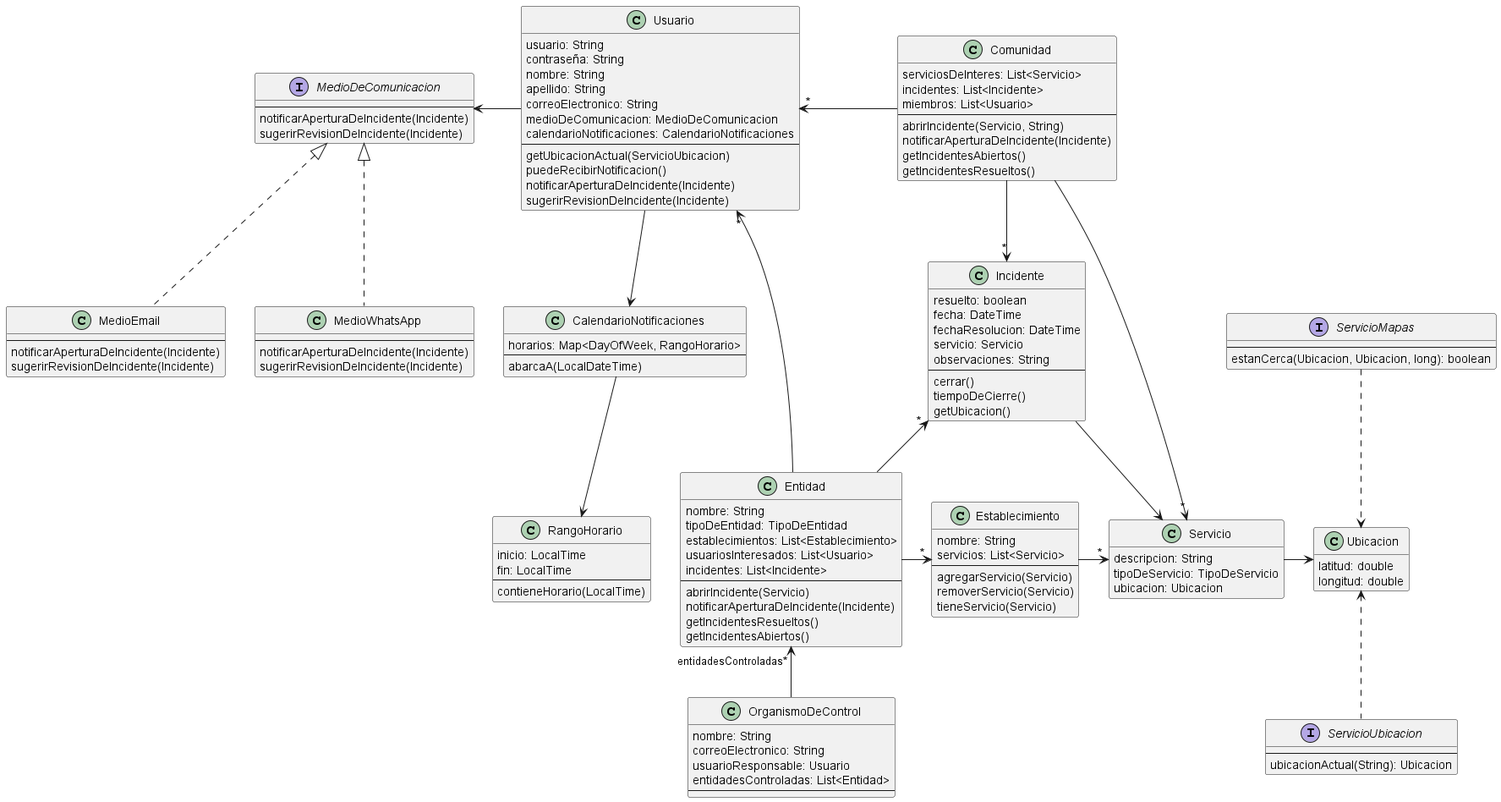
Earlier version of the PlantUML export docs/entrega-3/png/TPA3-Clases.png (ValenAquino/tp-dds-2023).
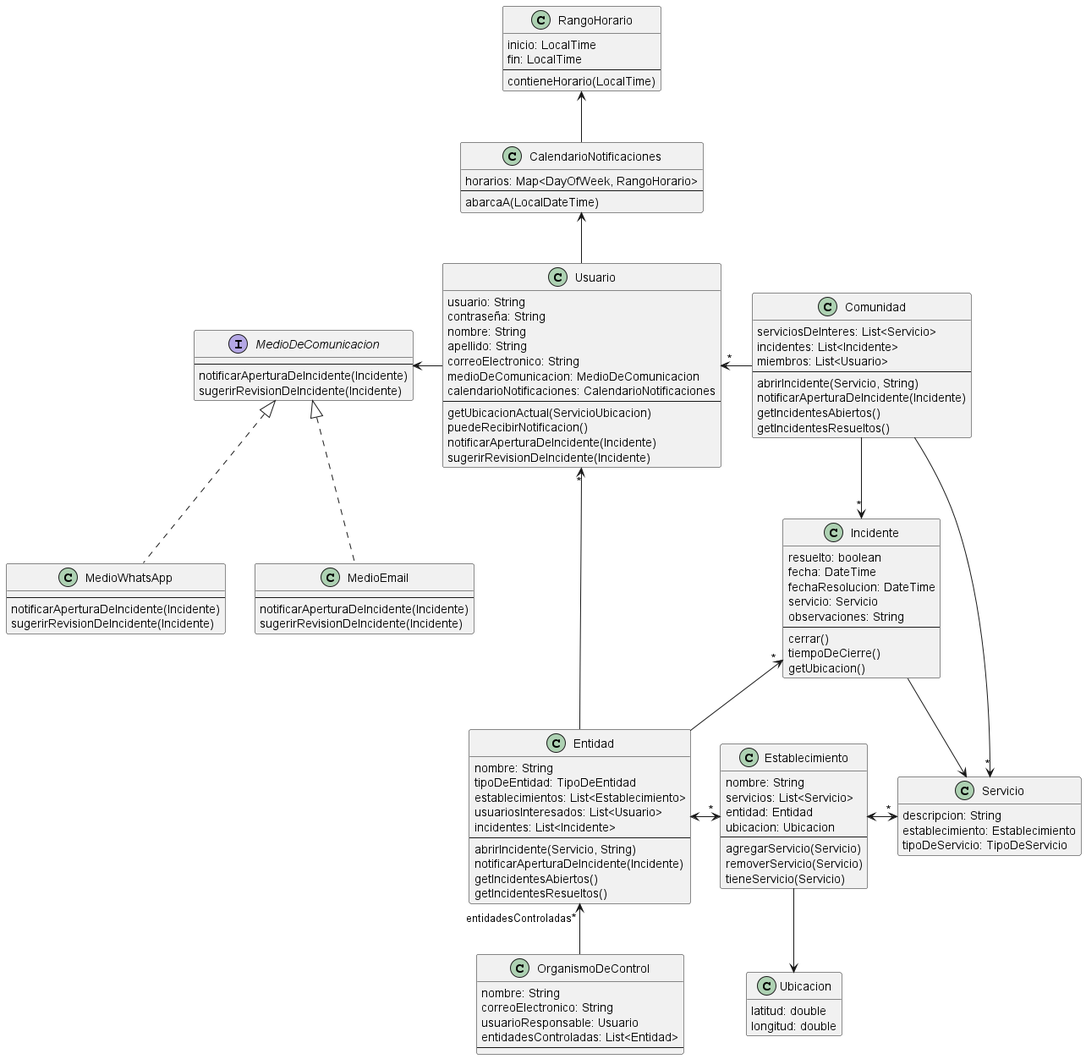
The same diagram one commit later.

Commit message:
docs(clases): actualizar diagrama

Change to the diagram source:
```diff
@@ -9,34 +9,35 @@
   usuariosInteresados: List<Usuario>
   incidentes: List<Incidente>
   --
-  abrirIncidente(Servicio)
+  abrirIncidente(Servicio, String)
   notificarAperturaDeIncidente(Incidente)
+  getIncidentesAbiertos()
   getIncidentesResueltos()
-  getIncidentesAbiertos()
 }
 
-Entidad -r->"*" Establecimiento
+Entidad <-r->"*" Establecimiento
 Entidad -l->"*" Usuario
 Entidad -u->"*" Incidente
 
 class Establecimiento {
   nombre: String
   servicios: List<Servicio>
+  entidad: Entidad
+  ubicacion: Ubicacion
   --
   agregarServicio(Servicio)
   removerServicio(Servicio)
   tieneServicio(Servicio)
 }
 
-Establecimiento ->"*" Servicio
+Establecimiento <->"*" Servicio
+Establecimiento -d-> Ubicacion
 
 class Servicio {
   descripcion: String
+  establecimiento: Establecimiento
   tipoDeServicio: TipoDeServicio
-  ubicacion: Ubicacion
 }
-
-Servicio -> Ubicacion
 
 class Usuario {
   usuario: String
@@ -54,7 +55,7 @@
 }
 
 Usuario -l-> MedioDeComunicacion
-Usuario -d-> CalendarioNotificaciones
+Usuario -u-> CalendarioNotificaciones
 
 class CalendarioNotificaciones {
   horarios: Map<DayOfWeek, RangoHorario>
@@ -62,7 +63,7 @@
   abarcaA(LocalDateTime)
 }
 
-CalendarioNotificaciones -d-> RangoHorario
+CalendarioNotificaciones -u-> RangoHorario
 
 class RangoHorario {
   inicio: LocalTime
@@ -123,18 +124,6 @@
   longitud: double
 }
 
-ServicioMapas ..> Ubicacion
-ServicioUbicacion .u.> Ubicacion
-
-interface ServicioMapas {
-  --
-  estanCerca(Ubicacion, Ubicacion, long): boolean
-}
-
-interface ServicioUbicacion {
-  --
-  ubicacionActual(String): Ubicacion
-}
 
 class OrganismoDeControl {
   nombre: String
```
